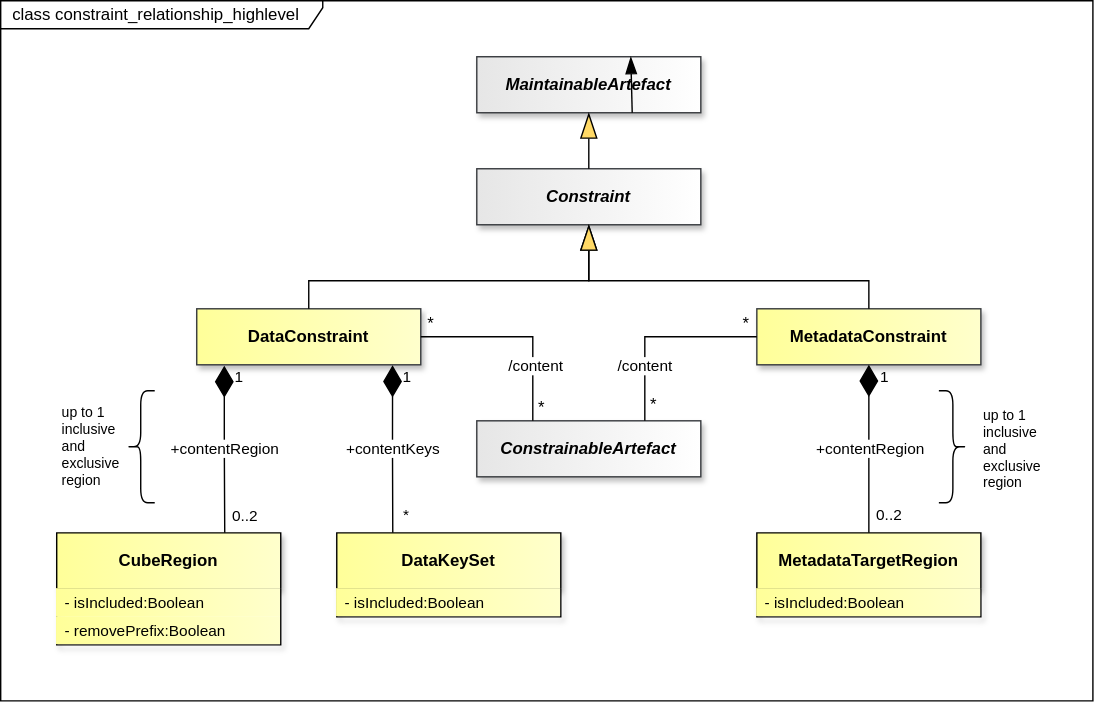
sdmx-twg/sdmx-im keeps this draw.io diagram as docs/information_model/media/sdmx_registry-constraint_relationship_high_level.svg. Above is the earlier version. Source tidied: cells renumbered, new cells last; positions are measured from the earlier drawing's top-left corner, leaving out a move shared by most shapes.
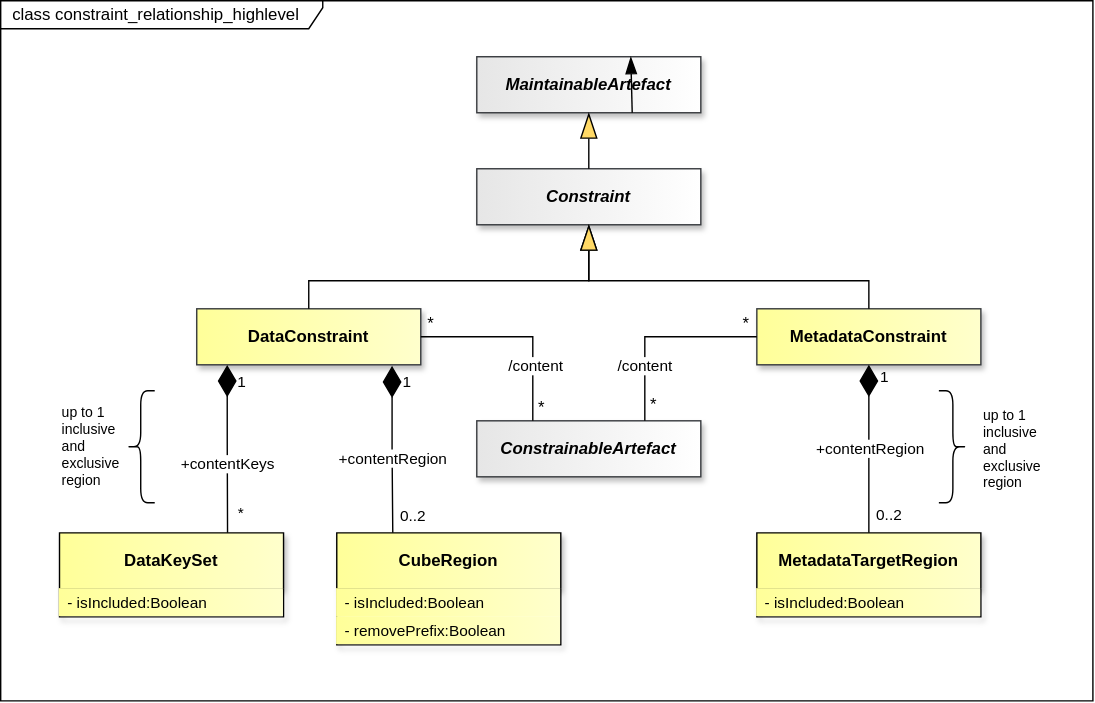
Above is the later version.

What changed in the source:
```diff
@@ -190,7 +190,7 @@
       </mxGeometry>
     </mxCell>
     <mxCell id="60" value="CubeRegion" style="swimlane;fontStyle=1;align=center;verticalAlign=middle;horizontal=1;startSize=40;whiteSpace=wrap;html=1;fillColor=light-dark(#FFFF99,#FFFF99);strokeColor=light-dark(#000000,#000000);gradientDirection=east;swimlaneLine=1;fontColor=light-dark(#000000,#000000);labelBackgroundColor=none;textShadow=0;gradientColor=light-dark(#FFFFCC,#FFFFCC);shadow=1;" parent="1" vertex="1">
-      <mxGeometry x="40" y="380" width="160" height="80" as="geometry" />
+      <mxGeometry x="240" y="380" width="160" height="80" as="geometry" />
     </mxCell>
     <mxCell id="61" value="- isIncluded:Boolean" style="text;strokeColor=none;fillColor=light-dark(#FFFF99,#FFFF99);align=left;verticalAlign=middle;spacingLeft=4;spacingRight=4;overflow=hidden;whiteSpace=wrap;html=1;fontFamily=Helvetica;fontSize=11;fontColor=light-dark(#000000,#000000);gradientColor=light-dark(#FFFFCC,#FFFFCC);gradientDirection=east;" parent="60" vertex="1">
       <mxGeometry y="40" width="160" height="20" as="geometry" />
@@ -199,7 +199,7 @@
       <mxGeometry y="60" width="160" height="20" as="geometry" />
     </mxCell>
     <mxCell id="63" value="DataKeySet" style="swimlane;fontStyle=1;align=center;verticalAlign=middle;horizontal=1;startSize=40;whiteSpace=wrap;html=1;fillColor=light-dark(#FFFF99,#FFFF99);strokeColor=light-dark(#000000,#000000);gradientDirection=east;swimlaneLine=1;fontColor=light-dark(#000000,#000000);labelBackgroundColor=none;textShadow=0;gradientColor=light-dark(#FFFFCC,#FFFFCC);shadow=1;" parent="1" vertex="1">
-      <mxGeometry x="240" y="380" width="160" height="60" as="geometry" />
+      <mxGeometry x="42" y="380" width="160" height="60" as="geometry" />
     </mxCell>
     <mxCell id="64" value="- isIncluded:Boolean" style="text;strokeColor=none;fillColor=light-dark(#FFFF99,#FFFF99);align=left;verticalAlign=middle;spacingLeft=4;spacingRight=4;overflow=hidden;whiteSpace=wrap;html=1;fontFamily=Helvetica;fontSize=11;fontColor=light-dark(#000000,#000000);gradientColor=light-dark(#FFFFCC,#FFFFCC);gradientDirection=east;" parent="63" vertex="1">
       <mxGeometry y="40" width="160" height="20" as="geometry" />
@@ -210,8 +210,8 @@
     <mxCell id="66" value="- isIncluded:Boolean" style="text;strokeColor=none;fillColor=light-dark(#FFFF99,#FFFF99);align=left;verticalAlign=middle;spacingLeft=4;spacingRight=4;overflow=hidden;whiteSpace=wrap;html=1;fontFamily=Helvetica;fontSize=11;fontColor=light-dark(#000000,#000000);gradientColor=light-dark(#FFFFCC,#FFFFCC);gradientDirection=east;" parent="65" vertex="1">
       <mxGeometry y="40" width="160" height="20" as="geometry" />
     </mxCell>
-    <mxCell id="67" style="endArrow=none;html=1;endSize=12;startArrow=diamondThin;startSize=20;startFill=1;edgeStyle=orthogonalEdgeStyle;rounded=0;endFill=0;strokeColor=light-dark(#000000,#FFFFFF);fontColor=light-dark(#000000,#FFFFFF);labelBackgroundColor=none;entryX=0.75;entryY=0;entryDx=0;entryDy=0;exitX=0.123;exitY=1.015;exitDx=0;exitDy=0;exitPerimeter=0;" parent="1" edge="1" source="55" target="60">
-      <mxGeometry x="-0.64" relative="1" as="geometry" />
+    <mxCell id="67" style="endArrow=none;html=1;endSize=12;startArrow=diamondThin;startSize=20;startFill=1;edgeStyle=orthogonalEdgeStyle;rounded=0;endFill=0;strokeColor=light-dark(#000000,#FFFFFF);fontColor=light-dark(#000000,#FFFFFF);labelBackgroundColor=none;entryX=0.25;entryY=0;entryDx=0;entryDy=0;exitX=0.872;exitY=1.019;exitDx=0;exitDy=0;exitPerimeter=0;" parent="1" edge="1" source="55" target="60">
+      <mxGeometry x="-0.52" relative="1" as="geometry" />
     </mxCell>
     <mxCell id="68" value="0..2" style="edgeLabel;html=1;align=right;verticalAlign=top;labelBackgroundColor=none;fontColor=light-dark(#000000,#FFFFFF);" parent="67" vertex="1">
       <mxGeometry x="1" relative="1" as="geometry">
@@ -219,30 +219,30 @@
       </mxGeometry>
     </mxCell>
     <mxCell id="69" value="1" style="edgeLabel;html=1;align=center;verticalAlign=middle;fontSize=11;labelBackgroundColor=none;" parent="67" vertex="1">
-      <mxGeometry x="-0.86" y="3" relative="1" as="geometry">
+      <mxGeometry x="-0.82" y="3" relative="1" as="geometry">
         <mxPoint x="7" as="offset" />
       </mxGeometry>
     </mxCell>
     <mxCell id="70" value="+contentRegion" style="edgeLabel;html=1;align=center;verticalAlign=middle;fontSize=11;labelBackgroundColor=default;" parent="67" vertex="1">
-      <mxGeometry x="-0.64" relative="1" as="geometry">
+      <mxGeometry x="-0.52" relative="1" as="geometry">
         <mxPoint y="38" as="offset" />
       </mxGeometry>
     </mxCell>
-    <mxCell id="71" style="endArrow=none;html=1;endSize=12;startArrow=diamondThin;startSize=20;startFill=1;edgeStyle=orthogonalEdgeStyle;rounded=0;endFill=0;strokeColor=light-dark(#000000,#FFFFFF);fontColor=light-dark(#000000,#FFFFFF);labelBackgroundColor=none;entryX=0.25;entryY=0;entryDx=0;entryDy=0;exitX=0.874;exitY=1.009;exitDx=0;exitDy=0;exitPerimeter=0;" parent="1" edge="1" source="55" target="63">
-      <mxGeometry x="-0.65" relative="1" as="geometry" />
+    <mxCell id="71" style="endArrow=none;html=1;endSize=12;startArrow=diamondThin;startSize=20;startFill=1;edgeStyle=orthogonalEdgeStyle;rounded=0;endFill=0;strokeColor=light-dark(#000000,#FFFFFF);fontColor=light-dark(#000000,#FFFFFF);labelBackgroundColor=none;entryX=0.75;entryY=0;entryDx=0;entryDy=0;exitX=0.136;exitY=1.004;exitDx=0;exitDy=0;exitPerimeter=0;" parent="1" edge="1" source="55" target="63">
+      <mxGeometry x="-0.47" relative="1" as="geometry" />
     </mxCell>
     <mxCell id="72" value="*" style="edgeLabel;html=1;align=right;verticalAlign=top;labelBackgroundColor=none;fontColor=light-dark(#000000,#FFFFFF);" parent="71" vertex="1">
-      <mxGeometry x="0.98" relative="1" as="geometry">
+      <mxGeometry x="0.96" relative="1" as="geometry">
         <mxPoint x="12" y="-25" as="offset" />
       </mxGeometry>
     </mxCell>
     <mxCell id="73" value="1" style="edgeLabel;html=1;align=center;verticalAlign=middle;fontSize=11;labelBackgroundColor=none;" parent="71" vertex="1">
-      <mxGeometry x="-0.87" y="3" relative="1" as="geometry">
+      <mxGeometry x="-0.82" y="3" relative="1" as="geometry">
         <mxPoint x="7" as="offset" />
       </mxGeometry>
     </mxCell>
     <mxCell id="74" value="+contentKeys" style="edgeLabel;html=1;align=center;verticalAlign=middle;fontSize=11;labelBackgroundColor=default;" parent="71" vertex="1">
-      <mxGeometry x="-0.65" relative="1" as="geometry">
+      <mxGeometry x="-0.47" relative="1" as="geometry">
         <mxPoint y="38" as="offset" />
       </mxGeometry>
     </mxCell>
```
